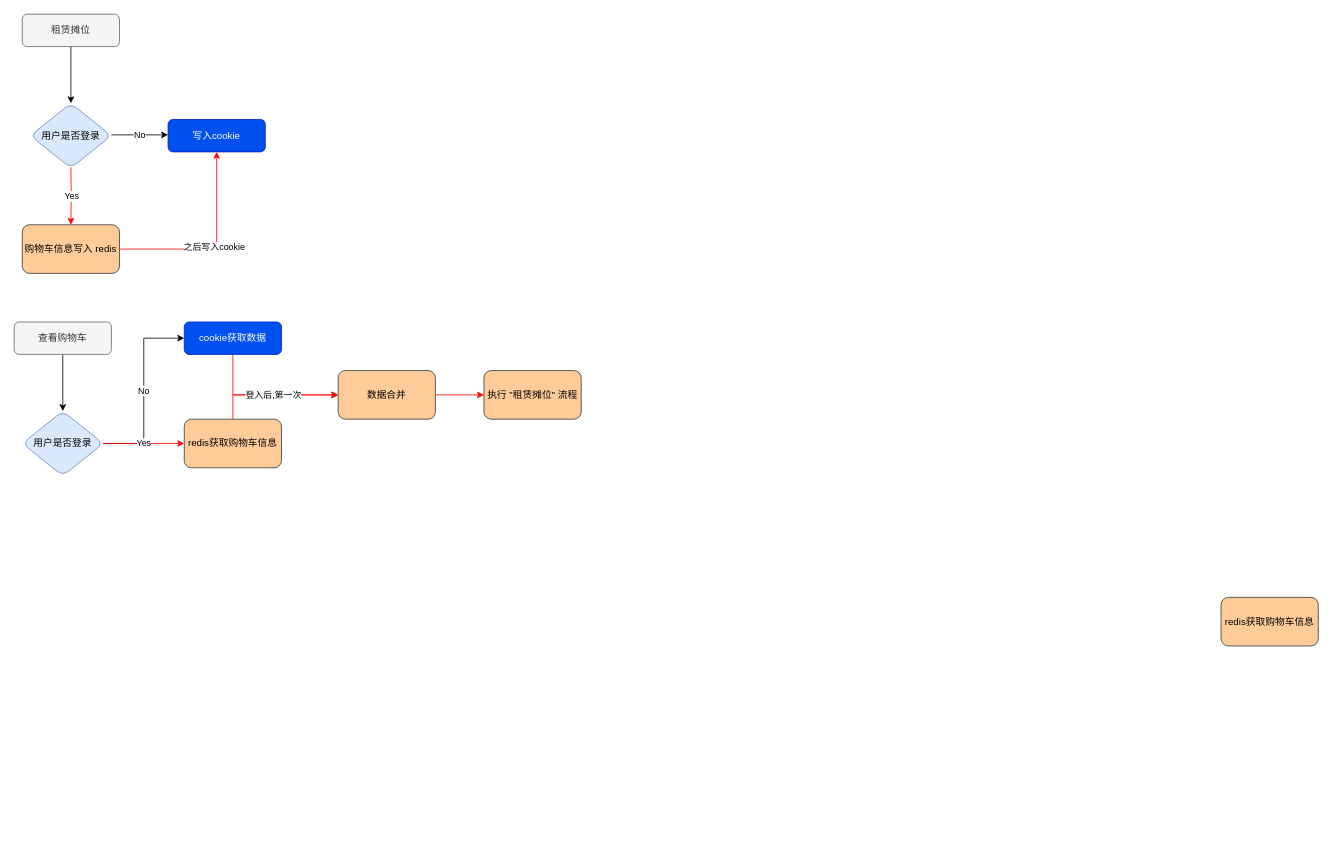
Above: 未命名绘图.drawio in tulipTiger/z_Git_demo (draw.io), before the change. Source tidied: cells renumbered, new cells numbered last; positions are measured from the earlier drawing's top-left corner, leaving out a move shared by most shapes. Both pictures are drawn from the tidied source at 81%, with x=0, y=0 at pixel (14, 14).
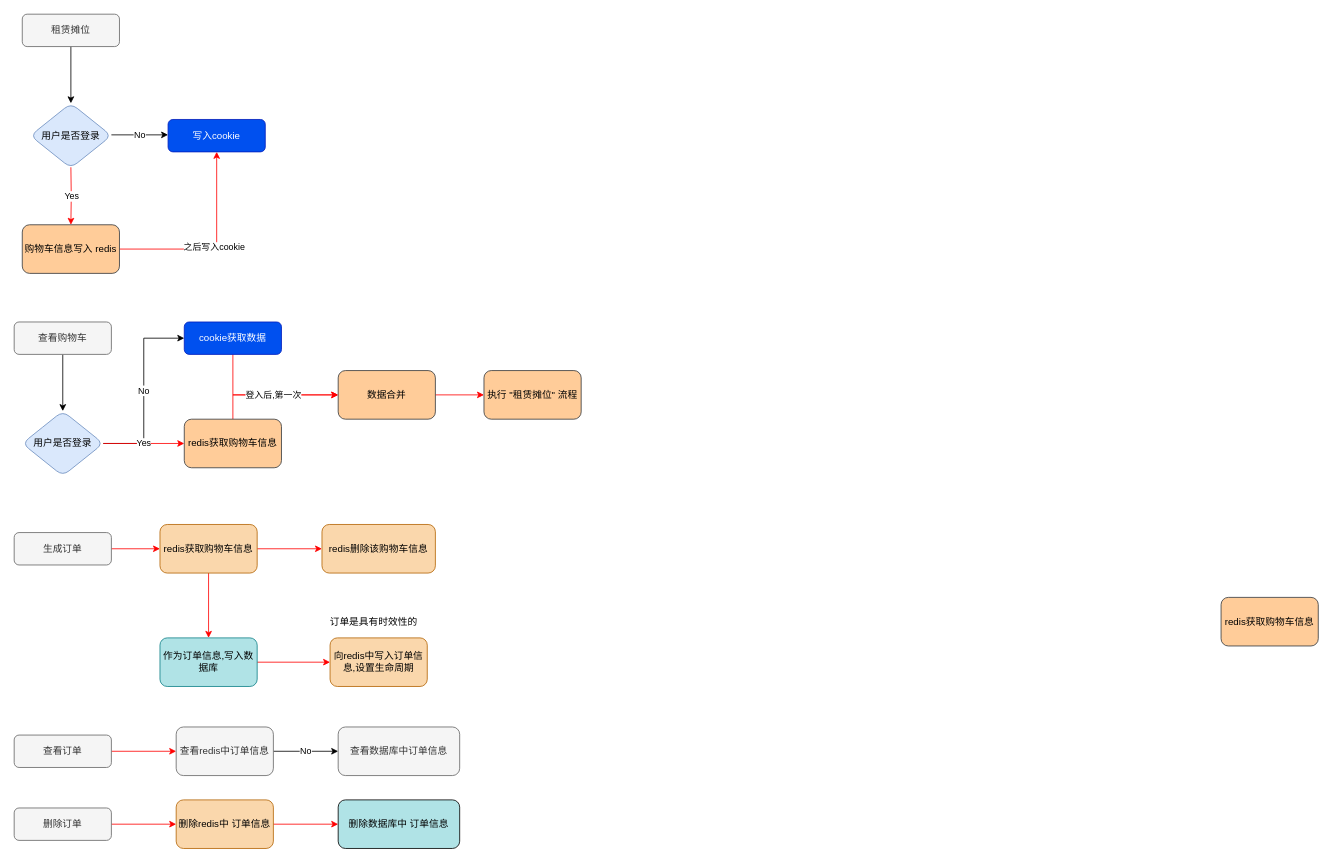
The same page after the edit.

Commit message:
更新未命名绘图.drawio

Change to the diagram source:
```diff
@@
+    <mxCell id="24" style="edgeStyle=orthogonalEdgeStyle;rounded=0;jettySize=auto;html=1;strokeColor=#FF0000;" parent="1" edge="1" source="25" target="28">
+      <mxGeometry relative="1" as="geometry" />
+    </mxCell>
+    <mxCell id="25" value="生成订单" style="rounded=1;whiteSpace=wrap;html=1;fontSize=12;glass=0;strokeWidth=1;shadow=0;fillColor=#f5f5f5;fontColor=#333333;strokeColor=#666666;" parent="1" vertex="1">
+      <mxGeometry y="640" width="120" height="40" as="geometry" />
+    </mxCell>
+    <mxCell id="26" style="edgeStyle=orthogonalEdgeStyle;rounded=0;jettySize=auto;html=1;strokeColor=#FF0000;" parent="1" edge="1" source="28" target="30">
+      <mxGeometry relative="1" as="geometry" />
+    </mxCell>
+    <mxCell id="27" style="edgeStyle=orthogonalEdgeStyle;rounded=0;jettySize=auto;html=1;strokeColor=#FF0000;" parent="1" edge="1" source="28" target="31">
+      <mxGeometry relative="1" as="geometry" />
+    </mxCell>
+    <mxCell id="28" value="redis获取购物车信息" style="whiteSpace=wrap;html=1;fillColor=#fad7ac;strokeColor=#b46504;rounded=1;glass=0;strokeWidth=1;shadow=0;" parent="1" vertex="1">
+      <mxGeometry x="180" y="630" width="120" height="60" as="geometry" />
+    </mxCell>
+    <mxCell id="29" style="edgeStyle=orthogonalEdgeStyle;rounded=0;jettySize=auto;html=1;strokeColor=#FF0000;" parent="1" edge="1" source="30" target="32">
+      <mxGeometry relative="1" as="geometry" />
+    </mxCell>
+    <mxCell id="30" value="作为订单信息,写入数据库" style="whiteSpace=wrap;html=1;fillColor=#b0e3e6;strokeColor=#0e8088;rounded=1;glass=0;strokeWidth=1;shadow=0;" parent="1" vertex="1">
+      <mxGeometry x="180" y="770" width="120" height="60" as="geometry" />
+    </mxCell>
+    <mxCell id="31" value="redis删除该购物车信息" style="whiteSpace=wrap;html=1;fillColor=#fad7ac;strokeColor=#b46504;rounded=1;glass=0;strokeWidth=1;shadow=0;" parent="1" vertex="1">
+      <mxGeometry x="380" y="630" width="140" height="60" as="geometry" />
+    </mxCell>
+    <mxCell id="32" value="向redis中写入订单信息,设置生命周期" style="whiteSpace=wrap;html=1;fillColor=#fad7ac;strokeColor=#b46504;rounded=1;glass=0;strokeWidth=1;shadow=0;" parent="1" vertex="1">
+      <mxGeometry x="390" y="770" width="120" height="60" as="geometry" />
+    </mxCell>
+    <mxCell id="33" value="订单是具有时效性的" style="text;html=1;strokeColor=none;fillColor=none;align=center;verticalAlign=middle;whiteSpace=wrap;rounded=0;" parent="1" vertex="1">
+      <mxGeometry x="384" y="735" width="120" height="30" as="geometry" />
+    </mxCell>
+    <mxCell id="34" style="edgeStyle=orthogonalEdgeStyle;rounded=0;jettySize=auto;html=1;strokeColor=#FF0000;fontColor=#000000;" parent="1" edge="1" source="35" target="42">
+      <mxGeometry relative="1" as="geometry" />
+    </mxCell>
+    <mxCell id="35" value="查看订单" style="rounded=1;whiteSpace=wrap;html=1;fontSize=12;glass=0;strokeWidth=1;shadow=0;fillColor=#f5f5f5;fontColor=#333333;strokeColor=#666666;" parent="1" vertex="1">
+      <mxGeometry y="890" width="120" height="40" as="geometry" />
+    </mxCell>
+    <mxCell id="36" style="edgeStyle=orthogonalEdgeStyle;rounded=0;jettySize=auto;html=1;strokeColor=#FF0000;" parent="1" edge="1" source="37" target="39">
+      <mxGeometry relative="1" as="geometry" />
+    </mxCell>
+    <mxCell id="37" value="删除订单" style="rounded=1;whiteSpace=wrap;html=1;fontSize=12;glass=0;strokeWidth=1;shadow=0;fillColor=#f5f5f5;fontColor=#333333;strokeColor=#666666;" parent="1" vertex="1">
+      <mxGeometry y="980" width="120" height="40" as="geometry" />
+    </mxCell>
+    <mxCell id="38" style="edgeStyle=orthogonalEdgeStyle;rounded=0;jettySize=auto;html=1;strokeColor=#FF0000;" parent="1" edge="1" source="39" target="40">
+      <mxGeometry relative="1" as="geometry" />
+    </mxCell>
+    <mxCell id="39" value="删除redis中&amp;nbsp;订单信息" style="whiteSpace=wrap;html=1;fillColor=#fad7ac;strokeColor=#b46504;rounded=1;glass=0;strokeWidth=1;shadow=0;" parent="1" vertex="1">
+      <mxGeometry x="200" y="970" width="120" height="60" as="geometry" />
+    </mxCell>
+    <mxCell id="40" value="删除数据库中&amp;nbsp;订单信息" style="whiteSpace=wrap;html=1;fillColor=#b0e3e6;strokeColor=#000000;rounded=1;glass=0;strokeWidth=1;shadow=0;" parent="1" vertex="1">
+      <mxGeometry x="400" y="970" width="150" height="60" as="geometry" />
+    </mxCell>
+    <mxCell id="41" value="No" style="edgeStyle=orthogonalEdgeStyle;rounded=0;jettySize=auto;html=1;strokeColor=#000000;fontColor=#000000;" parent="1" edge="1" source="42" target="43">
+      <mxGeometry relative="1" as="geometry" />
+    </mxCell>
+    <mxCell id="42" value="查看redis中订单信息" style="whiteSpace=wrap;html=1;fillColor=#f5f5f5;strokeColor=#666666;fontColor=#333333;rounded=1;glass=0;strokeWidth=1;shadow=0;" parent="1" vertex="1">
+      <mxGeometry x="200" y="880" width="120" height="60" as="geometry" />
+    </mxCell>
+    <mxCell id="43" value="查看数据库中订单信息" style="whiteSpace=wrap;html=1;fillColor=#f5f5f5;strokeColor=#666666;fontColor=#333333;rounded=1;glass=0;strokeWidth=1;shadow=0;" parent="1" vertex="1">
+      <mxGeometry x="400" y="880" width="150" height="60" as="geometry" />
+    </mxCell>
```
